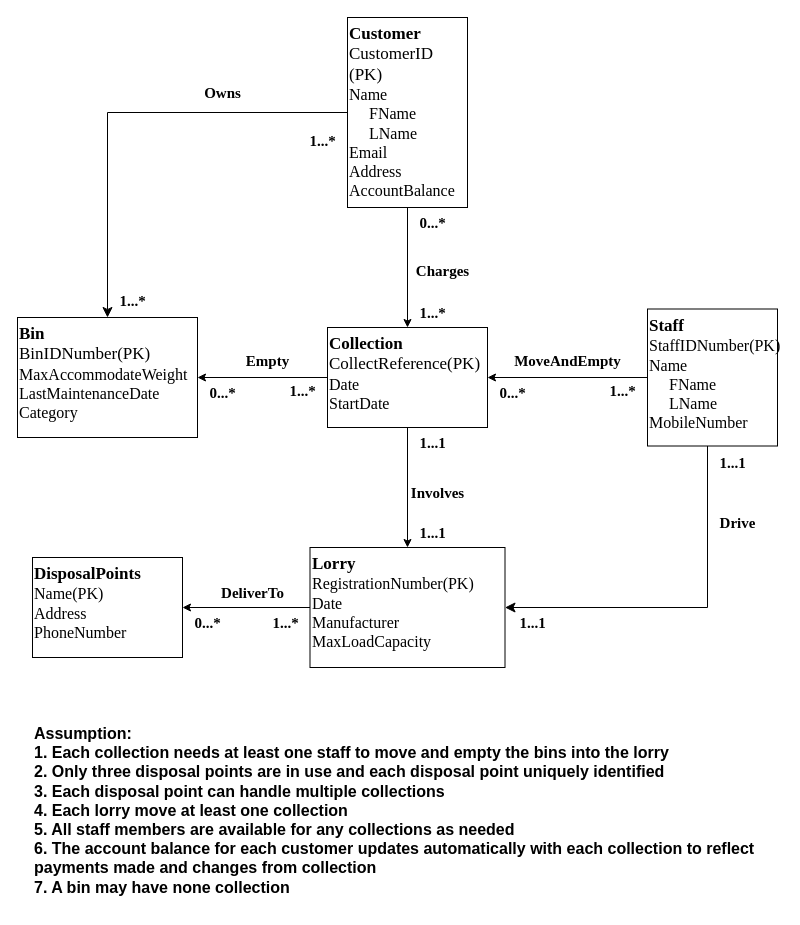
Earlier version of the draw.io diagram CSC8017coursework1.drawio (Aurrrrr/Aur). Source tidied: cells renumbered, new cells numbered last; positions are measured from the earlier drawing's top-left corner, leaving out a move shared by most shapes. Both pictures are drawn from the tidied source at 100%, with x=0, y=0 at pixel (17, 17).
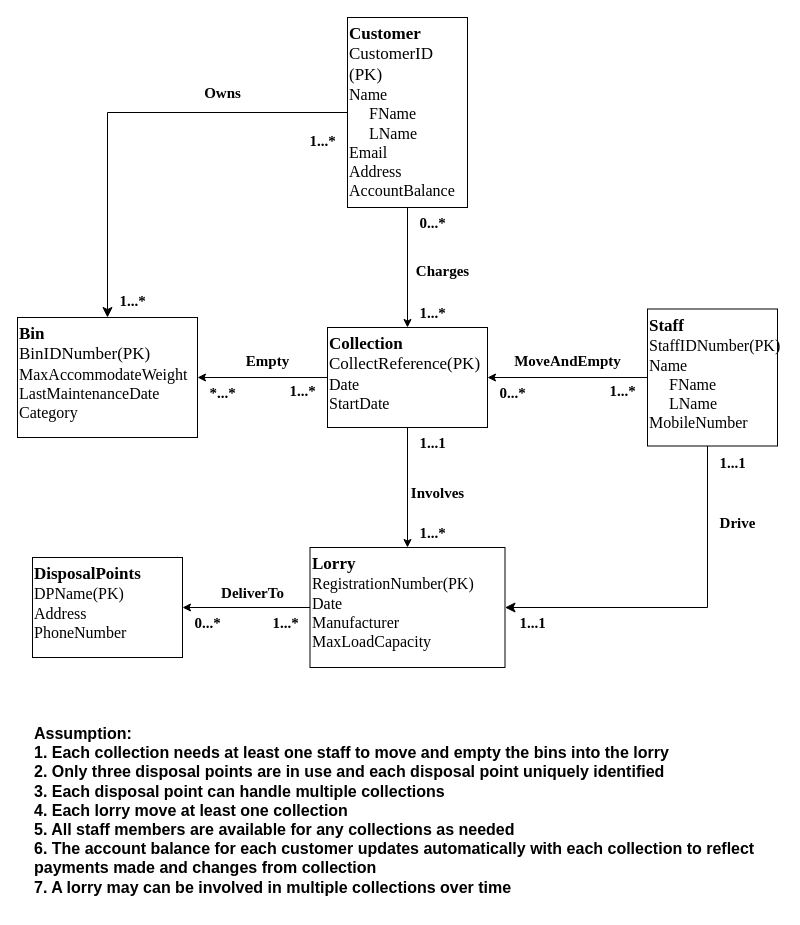
The same page after the edit.

Change to the diagram source:
```diff
@@
-    <mxCell id="13" value="&lt;font face=&quot;Times New Roman&quot; style=&quot;font-size: 17px;&quot;&gt;&lt;b&gt;DisposalPoints&lt;/b&gt;&lt;/font&gt;&lt;div style=&quot;font-size: 16px;&quot;&gt;&lt;font style=&quot;font-size: 16px;&quot; face=&quot;Times New Roman&quot;&gt;Name(PK)&lt;/font&gt;&lt;/div&gt;&lt;div style=&quot;font-size: 16px;&quot;&gt;&lt;font style=&quot;font-size: 16px;&quot; face=&quot;Times New Roman&quot;&gt;Address&lt;/font&gt;&lt;/div&gt;&lt;div style=&quot;font-size: 16px;&quot;&gt;&lt;font style=&quot;font-size: 16px;&quot; face=&quot;Times New Roman&quot;&gt;PhoneNumber&lt;/font&gt;&lt;/div&gt;" style="rounded=0;whiteSpace=wrap;html=1;align=left;verticalAlign=top;fillColor=none;" parent="1" vertex="1">
+    <mxCell id="13" value="&lt;font face=&quot;Times New Roman&quot; style=&quot;font-size: 17px;&quot;&gt;&lt;b&gt;DisposalPoints&lt;/b&gt;&lt;/font&gt;&lt;div style=&quot;font-size: 16px;&quot;&gt;&lt;font style=&quot;font-size: 16px;&quot; face=&quot;Times New Roman&quot;&gt;DPName(PK)&lt;/font&gt;&lt;/div&gt;&lt;div style=&quot;font-size: 16px;&quot;&gt;&lt;font style=&quot;font-size: 16px;&quot; face=&quot;Times New Roman&quot;&gt;Address&lt;/font&gt;&lt;/div&gt;&lt;div style=&quot;font-size: 16px;&quot;&gt;&lt;font style=&quot;font-size: 16px;&quot; face=&quot;Times New Roman&quot;&gt;PhoneNumber&lt;/font&gt;&lt;/div&gt;" style="rounded=0;whiteSpace=wrap;html=1;align=left;verticalAlign=top;fillColor=none;" parent="1" vertex="1">
       <mxGeometry x="15" y="540" width="150" height="100" as="geometry" />
     </mxCell>
@@
-    <mxCell id="30" value="1...1" style="text;html=1;align=center;verticalAlign=middle;strokeColor=none;fillColor=none;fontStyle=1;fontSize=15;fontFamily=Times New Roman;" parent="1" vertex="1">
+    <mxCell id="30" value="1...*" style="text;html=1;align=center;verticalAlign=middle;strokeColor=none;fillColor=none;fontStyle=1;fontSize=15;fontFamily=Times New Roman;" parent="1" vertex="1">
       <mxGeometry x="390" y="500" width="50" height="30" as="geometry" />
     </mxCell>
@@
-    <mxCell id="33" value="0...*" style="text;html=1;align=center;verticalAlign=middle;strokeColor=none;fillColor=none;fontStyle=1;fontSize=15;fontFamily=Times New Roman;" parent="1" vertex="1">
+    <mxCell id="33" value="*...*" style="text;html=1;align=center;verticalAlign=middle;strokeColor=none;fillColor=none;fontStyle=1;fontSize=15;fontFamily=Times New Roman;" parent="1" vertex="1">
       <mxGeometry x="180" y="360" width="50" height="30" as="geometry" />
     </mxCell>
@@
-    <mxCell id="36" value="&lt;font style=&quot;font-size: 16px;&quot;&gt;&lt;b style=&quot;&quot;&gt;Assumption:&lt;/b&gt;&lt;/font&gt;&lt;div style=&quot;font-size: 16px;&quot;&gt;&lt;font style=&quot;font-size: 16px;&quot;&gt;&lt;b style=&quot;&quot;&gt;1. Each collection needs at least one staff to move and empty the bins into the lorry&lt;/b&gt;&lt;/font&gt;&lt;/div&gt;&lt;div style=&quot;font-size: 16px;&quot;&gt;&lt;font style=&quot;font-size: 16px;&quot;&gt;&lt;b style=&quot;&quot;&gt;2. Only three disposal points are in use and each disposal point uniquely identified&lt;/b&gt;&lt;/font&gt;&lt;/div&gt;&lt;div style=&quot;font-size: 16px;&quot;&gt;&lt;font style=&quot;font-size: 16px;&quot;&gt;&lt;b style=&quot;&quot;&gt;3. Each disposal point can handle multiple collections&lt;/b&gt;&lt;/font&gt;&lt;/div&gt;&lt;div style=&quot;font-size: 16px;&quot;&gt;&lt;font style=&quot;font-size: 16px;&quot;&gt;&lt;b style=&quot;&quot;&gt;4. Each lorry move at least one collection&lt;/b&gt;&lt;/font&gt;&lt;/div&gt;&lt;div style=&quot;font-size: 16px;&quot;&gt;&lt;font style=&quot;font-size: 16px;&quot;&gt;&lt;b style=&quot;&quot;&gt;5. All staff members are available for any collections as needed&lt;/b&gt;&lt;/font&gt;&lt;/div&gt;&lt;div style=&quot;font-size: 16px;&quot;&gt;&lt;font style=&quot;font-size: 16px;&quot;&gt;&lt;b style=&quot;&quot;&gt;6. The account balance for each customer updates automatically with each collection to reflect&amp;nbsp;&lt;/b&gt;&lt;/font&gt;&lt;/div&gt;&lt;div style=&quot;font-size: 16px;&quot;&gt;&lt;font style=&quot;font-size: 16px;&quot;&gt;&lt;b style=&quot;&quot;&gt;payments&amp;nbsp;&lt;/b&gt;&lt;/font&gt;&lt;b style=&quot;background-color: initial;&quot;&gt;made and changes from collection&lt;/b&gt;&lt;/div&gt;&lt;div style=&quot;font-size: 16px;&quot;&gt;&lt;font style=&quot;font-size: 16px;&quot;&gt;&lt;b style=&quot;&quot;&gt;7. A bin may have none collection&amp;nbsp;&lt;/b&gt;&lt;/font&gt;&lt;/div&gt;" style="text;html=1;align=left;verticalAlign=top;strokeColor=none;fillColor=none;" parent="1" vertex="1">
+    <mxCell id="36" value="&lt;font style=&quot;font-size: 16px;&quot;&gt;&lt;b style=&quot;&quot;&gt;Assumption:&lt;/b&gt;&lt;/font&gt;&lt;div style=&quot;font-size: 16px;&quot;&gt;&lt;font style=&quot;font-size: 16px;&quot;&gt;&lt;b style=&quot;&quot;&gt;1. Each collection needs at least one staff to move and empty the bins into the lorry&lt;/b&gt;&lt;/font&gt;&lt;/div&gt;&lt;div style=&quot;font-size: 16px;&quot;&gt;&lt;font style=&quot;font-size: 16px;&quot;&gt;&lt;b style=&quot;&quot;&gt;2. Only three disposal points are in use and each disposal point uniquely identified&lt;/b&gt;&lt;/font&gt;&lt;/div&gt;&lt;div style=&quot;font-size: 16px;&quot;&gt;&lt;font style=&quot;font-size: 16px;&quot;&gt;&lt;b style=&quot;&quot;&gt;3. Each disposal point can handle multiple collections&lt;/b&gt;&lt;/font&gt;&lt;/div&gt;&lt;div style=&quot;font-size: 16px;&quot;&gt;&lt;font style=&quot;font-size: 16px;&quot;&gt;&lt;b style=&quot;&quot;&gt;4. Each lorry move at least one collection&lt;/b&gt;&lt;/font&gt;&lt;/div&gt;&lt;div style=&quot;font-size: 16px;&quot;&gt;&lt;font style=&quot;font-size: 16px;&quot;&gt;&lt;b style=&quot;&quot;&gt;5. All staff members are available for any collections as needed&lt;/b&gt;&lt;/font&gt;&lt;/div&gt;&lt;div style=&quot;font-size: 16px;&quot;&gt;&lt;font style=&quot;font-size: 16px;&quot;&gt;&lt;b style=&quot;&quot;&gt;6. The account balance for each customer updates automatically with each collection to reflect&amp;nbsp;&lt;/b&gt;&lt;/font&gt;&lt;/div&gt;&lt;div style=&quot;font-size: 16px;&quot;&gt;&lt;font style=&quot;font-size: 16px;&quot;&gt;&lt;b style=&quot;&quot;&gt;payments&amp;nbsp;&lt;/b&gt;&lt;/font&gt;&lt;b style=&quot;background-color: initial;&quot;&gt;made and changes from collection&lt;/b&gt;&lt;/div&gt;&lt;div style=&quot;&quot;&gt;&lt;b style=&quot;font-size: 16px; background-color: initial;&quot;&gt;7. A lorry may&amp;nbsp;&lt;/b&gt;&lt;span style=&quot;background-color: initial;&quot;&gt;&lt;b style=&quot;&quot;&gt;&lt;font style=&quot;font-size: 16px;&quot;&gt;can be involved in multiple collections over time&lt;/font&gt;&lt;/b&gt;&lt;/span&gt;&lt;/div&gt;" style="text;html=1;align=left;verticalAlign=top;strokeColor=none;fillColor=none;" parent="1" vertex="1">
       <mxGeometry x="15" y="700" width="750" height="190" as="geometry" />
     </mxCell>
```
